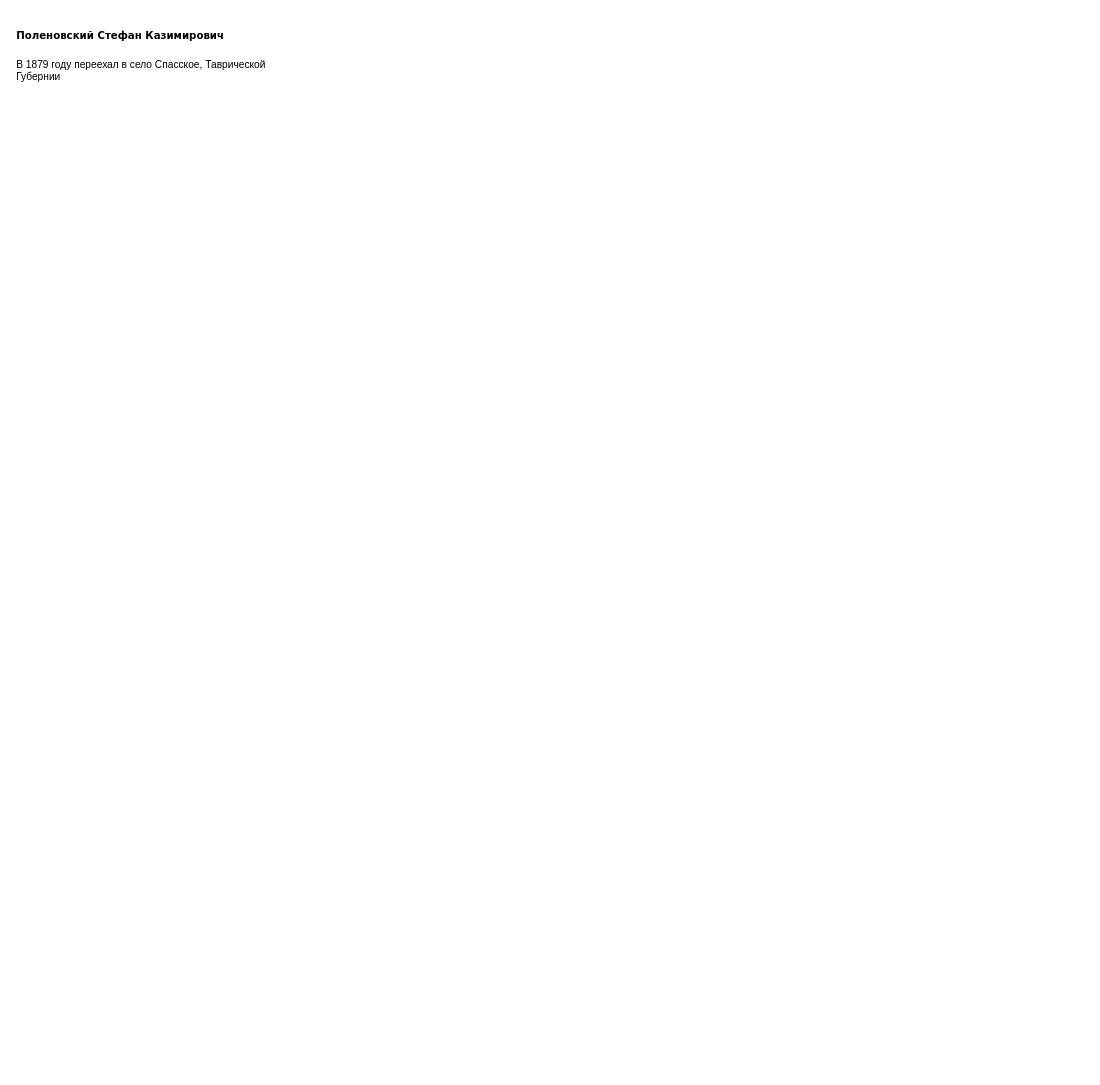
This is page "MoreInfo" (2 of 2) of Диаграмма без названия.drawio from vinter-man/family-tree, a draw.io file, before an edit. Source tidied: cells renumbered, new cells numbered last; positions are measured from the earlier drawing's top-left corner, leaving out a move shared by most shapes. Both pictures are drawn from the tidied source at 85%, with x=0, y=0 at pixel (14, 14).
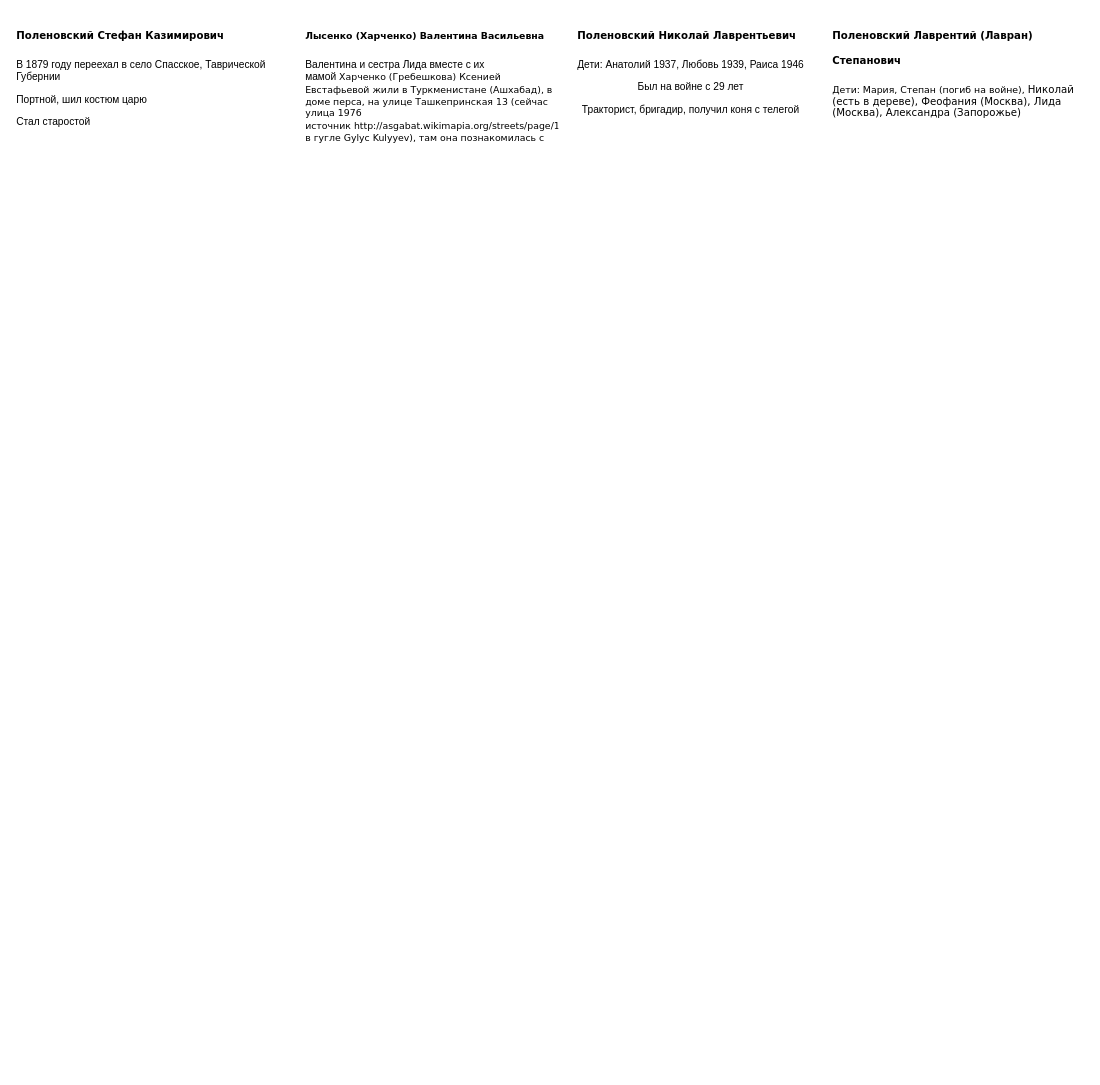
The same diagram, later.

What changed in the source:
```diff
@@
 <mxGraphModel>
   <root>
     <mxCell id="0" />
     <mxCell id="1" parent="0" />
-    <mxCell id="2" value="&lt;h1 style=&quot;margin-top: 0px;&quot;&gt;&lt;span style=&quot;font-family: Verdana; font-size: 12px; text-align: center;&quot;&gt;Поленовский Стефан Казимирович&lt;/span&gt;&lt;/h1&gt;&lt;p&gt;В 1879 году переехал в село Спасское, Таврической Губернии&lt;/p&gt;" style="text;html=1;whiteSpace=wrap;overflow=hidden;rounded=0;" parent="1" vertex="1">
-      <mxGeometry width="320" height="120" as="geometry" />
+    <mxCell id="2" value="&lt;h1 style=&quot;margin-top: 0px;&quot;&gt;&lt;span style=&quot;font-family: Verdana; font-size: 12px;&quot;&gt;Поленовский Стефан Казимирович&lt;/span&gt;&lt;/h1&gt;&lt;p&gt;В 1879 году переехал в село Спасское, Таврической Губернии&lt;/p&gt;&lt;p style=&quot;&quot;&gt;Портной, шил костюм царю&lt;/p&gt;&lt;p style=&quot;&quot;&gt;Стал старостой&lt;/p&gt;" style="text;html=1;whiteSpace=wrap;overflow=hidden;rounded=0;align=left;" parent="1" vertex="1">
+      <mxGeometry width="320" height="960" as="geometry" />
     </mxCell>
+    <mxCell id="3" value="&lt;h1 style=&quot;margin-top: 0px;&quot;&gt;&lt;span style=&quot;font-family: Verdana; font-size: 11px;&quot;&gt;Лысенко (Харченко) Валентина Васильевна&lt;/span&gt;&lt;br&gt;&lt;/h1&gt;&lt;p style=&quot;&quot;&gt;Валентина и сестра Лида вместе с их мамой&amp;nbsp;&lt;span style=&quot;font-family: Verdana; font-size: 11px; background-color: initial;&quot;&gt;Харченко (Гребешкова) Ксенией Евстафьевой жили в Туркменистане (Ашхабад), в доме перса, на улице Ташкепринская 13 (сейчас улица 1976 источник&amp;nbsp;&lt;/span&gt;&lt;span style=&quot;background-color: initial; font-size: 11px;&quot;&gt;&lt;font face=&quot;Verdana&quot;&gt;http://asgabat.wikimapia.org/streets/page/1 в гугле&amp;nbsp;&lt;/font&gt;&lt;/span&gt;&lt;span style=&quot;background-color: initial; font-size: 11px;&quot;&gt;&lt;font face=&quot;Verdana&quot;&gt;Gylyc Kulyyev&lt;/font&gt;&lt;/span&gt;&lt;span style=&quot;background-color: initial; font-family: Verdana; font-size: 11px;&quot;&gt;), там она познакомилась с&lt;/span&gt;&lt;/p&gt;" style="text;html=1;whiteSpace=wrap;overflow=hidden;rounded=0;align=left;" parent="1" vertex="1">
+      <mxGeometry x="340" width="300" height="1240" as="geometry" />
+    </mxCell>
+    <mxCell id="4" value="&lt;h1 style=&quot;margin-top: 0px;&quot;&gt;&lt;span style=&quot;font-family: Verdana; font-size: 12px; text-align: center;&quot;&gt;Поленовский Николай Лаврентьевич&lt;/span&gt;&lt;/h1&gt;&lt;p style=&quot;text-align: center;&quot;&gt;Дети: Анатолий 1937, Любовь 1939, Раиса 1946&lt;/p&gt;&lt;p style=&quot;text-align: center;&quot;&gt;Был на войне с 29 лет&lt;/p&gt;&lt;p style=&quot;text-align: center;&quot;&gt;Тракторист, бригадир, получил коня с телегой&lt;/p&gt;" style="text;html=1;whiteSpace=wrap;overflow=hidden;rounded=0;" parent="1" vertex="1">
+      <mxGeometry x="660" width="300" height="1240" as="geometry" />
+    </mxCell>
+    <mxCell id="5" value="&lt;h1 style=&quot;margin-top: 0px;&quot;&gt;&lt;span style=&quot;font-family: Verdana; font-size: 12px; text-align: center;&quot;&gt;Поленовский Лаврентий (Лавран) Степанович&lt;/span&gt;&lt;/h1&gt;&lt;div style=&quot;font-family: Verdana; font-size: 11px;&quot;&gt;Дети: Мария, Степан (погиб на войне),&amp;nbsp;&lt;span style=&quot;font-size: 12px; background-color: initial;&quot;&gt;Николай (есть в дереве), Феофания (Москва), Лида (Москва), Александра (Запорожье)&lt;/span&gt;&lt;/div&gt;" style="text;html=1;whiteSpace=wrap;overflow=hidden;rounded=0;" parent="1" vertex="1">
+      <mxGeometry x="960" width="300" height="1240" as="geometry" />
+    </mxCell>
   </root>
 </mxGraphModel>
```
